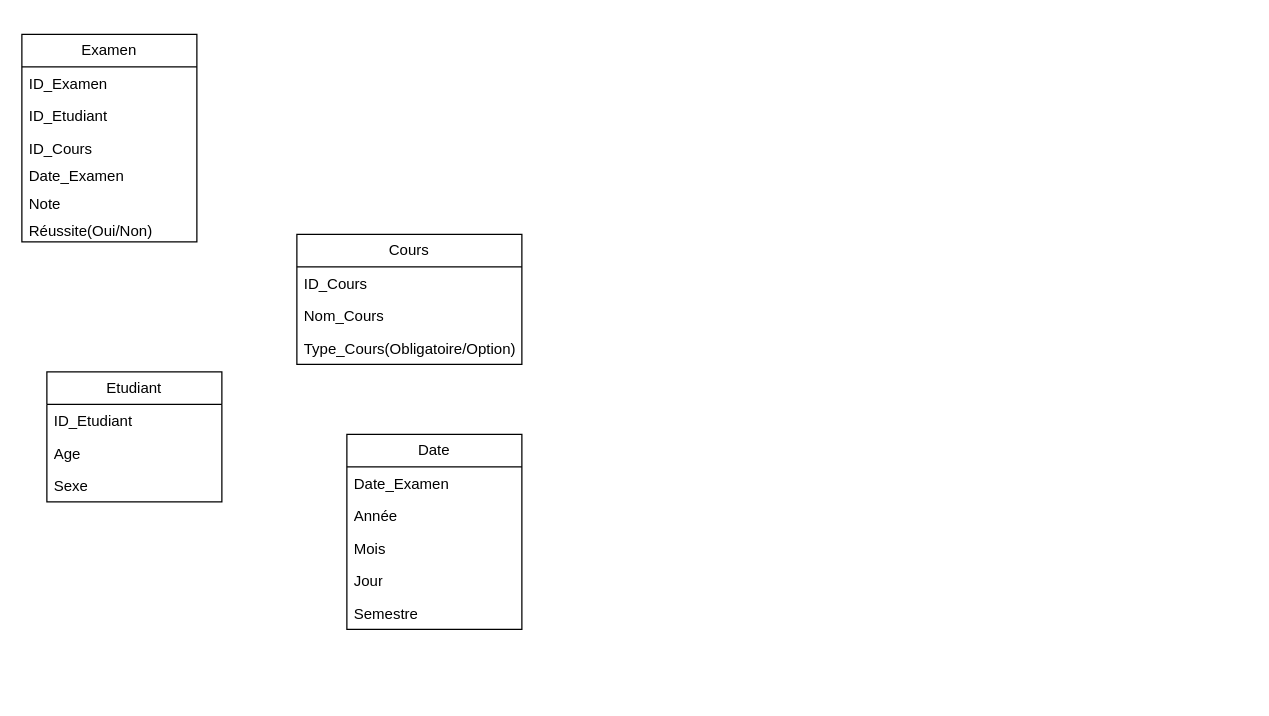
Before: Exercice1/Excercice1.drawio in christart-code/BI, a draw.io diagram. Source tidied: cells renumbered, new cells numbered last; positions are measured from the earlier drawing's top-left corner, leaving out a move shared by most shapes. Both pictures are drawn from the tidied source at 125%, with x=0, y=0 at pixel (21, 34).
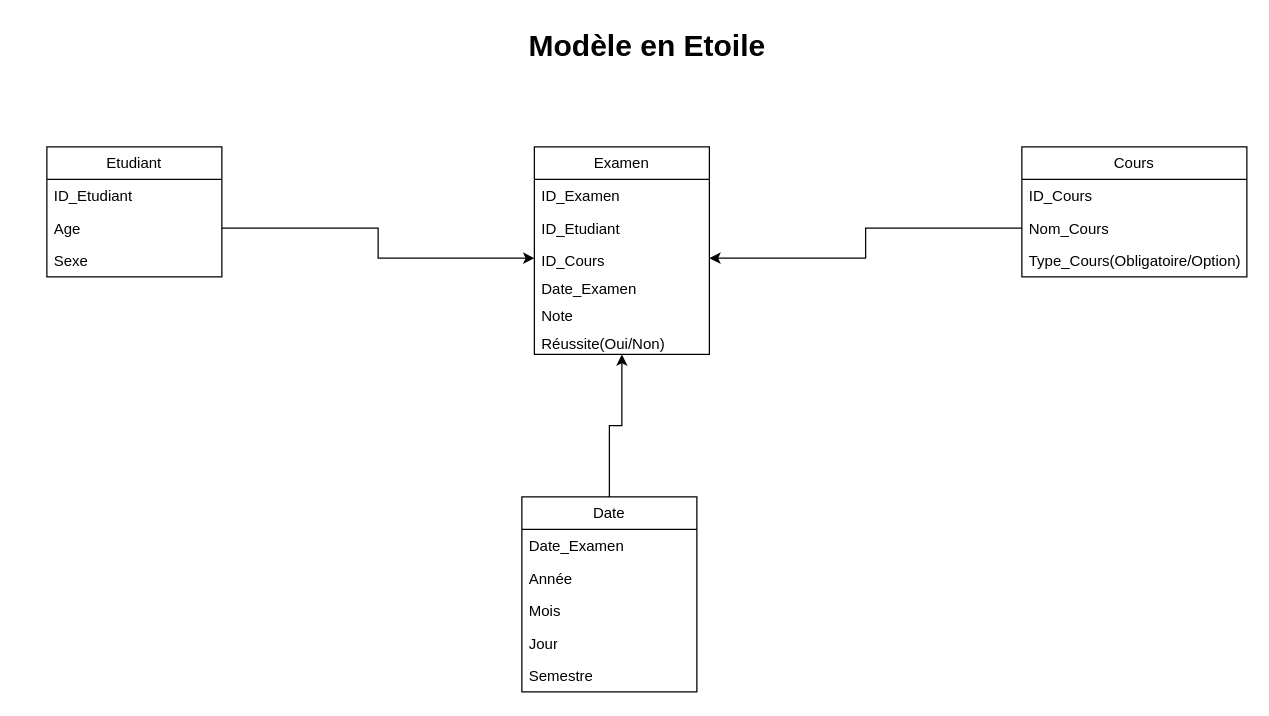
After the change.

Commit message (it also covers changes not shown here):
Mettre à jour Excercice1.drawio

The change refers to these unchanged cells:
```xml
<mxCell id="5" value="ID_Cours" style="text;strokeColor=none;fillColor=none;align=left;verticalAlign=top;spacingLeft=4;spacingRight=4;overflow=hidden;points=[[0,0.5],[1,0.5]];portConstraint=eastwest;whiteSpace=wrap;html=1;" parent="2" vertex="1">
  <mxGeometry y="78" width="140" height="22" as="geometry" />
</mxCell>
<mxCell id="11" value="Age" style="text;strokeColor=none;fillColor=none;align=left;verticalAlign=top;spacingLeft=4;spacingRight=4;overflow=hidden;points=[[0,0.5],[1,0.5]];portConstraint=eastwest;whiteSpace=wrap;html=1;" parent="9" vertex="1">
  <mxGeometry y="52" width="140" height="26" as="geometry" />
</mxCell>
<mxCell id="15" value="Nom_Cours" style="text;strokeColor=none;fillColor=none;align=left;verticalAlign=top;spacingLeft=4;spacingRight=4;overflow=hidden;points=[[0,0.5],[1,0.5]];portConstraint=eastwest;whiteSpace=wrap;html=1;" parent="13" vertex="1">
  <mxGeometry y="52" width="180" height="26" as="geometry" />
</mxCell>
```

Change to the diagram source:
```diff
@@
     <mxCell id="2" value="Examen" style="swimlane;fontStyle=0;horizontal=1;startSize=26;fillColor=none;whiteSpace=wrap;html=1;" parent="1" vertex="1">
-      <mxGeometry width="140" height="166" as="geometry" />
+      <mxGeometry x="410" y="90" width="140" height="166" as="geometry" />
     </mxCell>
@@
     <mxCell id="9" value="Etudiant" style="swimlane;fontStyle=0;horizontal=1;startSize=26;fillColor=none;whiteSpace=wrap;html=1;" parent="1" vertex="1">
-      <mxGeometry x="20" y="270" width="140" height="104" as="geometry" />
+      <mxGeometry x="20" y="90" width="140" height="104" as="geometry" />
     </mxCell>
@@
     <mxCell id="13" value="Cours" style="swimlane;fontStyle=0;horizontal=1;startSize=26;fillColor=none;whiteSpace=wrap;html=1;" parent="1" vertex="1">
-      <mxGeometry x="220" y="160" width="180" height="104" as="geometry" />
+      <mxGeometry x="800" y="90" width="180" height="104" as="geometry" />
     </mxCell>
@@
+    <mxCell id="23" style="edgeStyle=orthogonalEdgeStyle;rounded=0;jettySize=auto;html=1;entryX=0.5;entryY=1;entryDx=0;entryDy=0;" parent="1" edge="1" source="17" target="2">
+      <mxGeometry relative="1" as="geometry" />
+    </mxCell>
     <mxCell id="17" value="Date" style="swimlane;fontStyle=0;horizontal=1;startSize=26;fillColor=none;whiteSpace=wrap;html=1;" parent="1" vertex="1">
-      <mxGeometry x="260" y="320" width="140" height="156" as="geometry" />
+      <mxGeometry x="400" y="370" width="140" height="156" as="geometry" />
     </mxCell>
@@
+    <mxCell id="24" style="edgeStyle=orthogonalEdgeStyle;rounded=0;jettySize=auto;html=1;exitX=1;exitY=0.5;exitDx=0;exitDy=0;entryX=0;entryY=0.5;entryDx=0;entryDy=0;" parent="1" edge="1" source="11" target="5">
+      <mxGeometry relative="1" as="geometry" />
+    </mxCell>
+    <mxCell id="25" style="edgeStyle=orthogonalEdgeStyle;rounded=0;jettySize=auto;html=1;exitX=0;exitY=0.5;exitDx=0;exitDy=0;entryX=1;entryY=0.5;entryDx=0;entryDy=0;" parent="1" edge="1" source="15" target="5">
+      <mxGeometry relative="1" as="geometry" />
+    </mxCell>
+    <mxCell id="26" value="Modèle en Etoile" style="text;strokeColor=none;fillColor=none;html=1;fontSize=24;fontStyle=1;verticalAlign=middle;align=center;" parent="1" vertex="1">
+      <mxGeometry x="450" y="-10" width="100" height="40" as="geometry" />
+    </mxCell>
```
